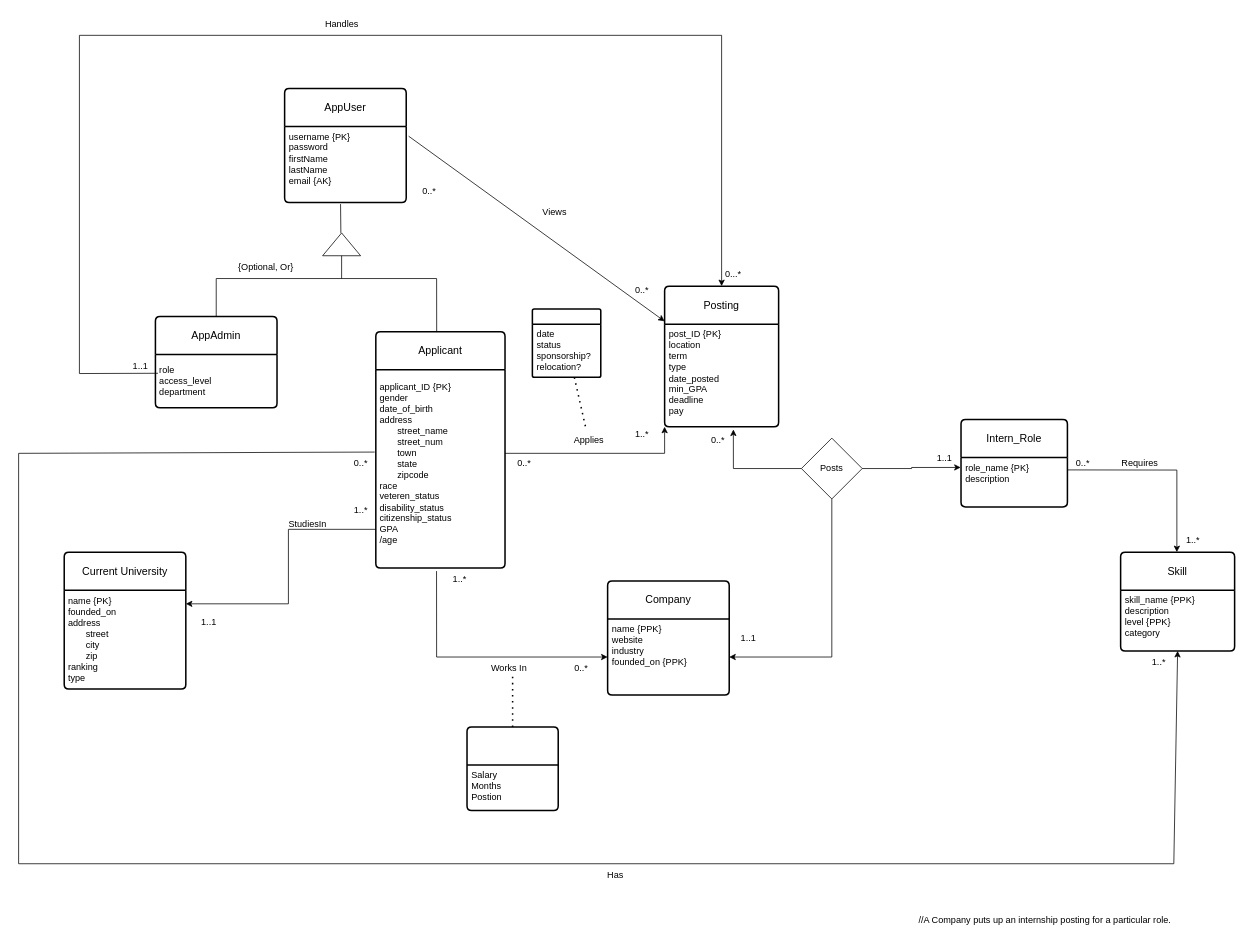
This is sql_files/Project_old.drawio from Saran-Jagadeesan-Uma/internSearch, a draw.io file, before an edit. Source tidied: cells renumbered, new cells numbered last; positions are measured from the earlier drawing's top-left corner, leaving out a move shared by most shapes. Both pictures are drawn from the tidied source at 76%, with x=0, y=0 at pixel (18, 13).
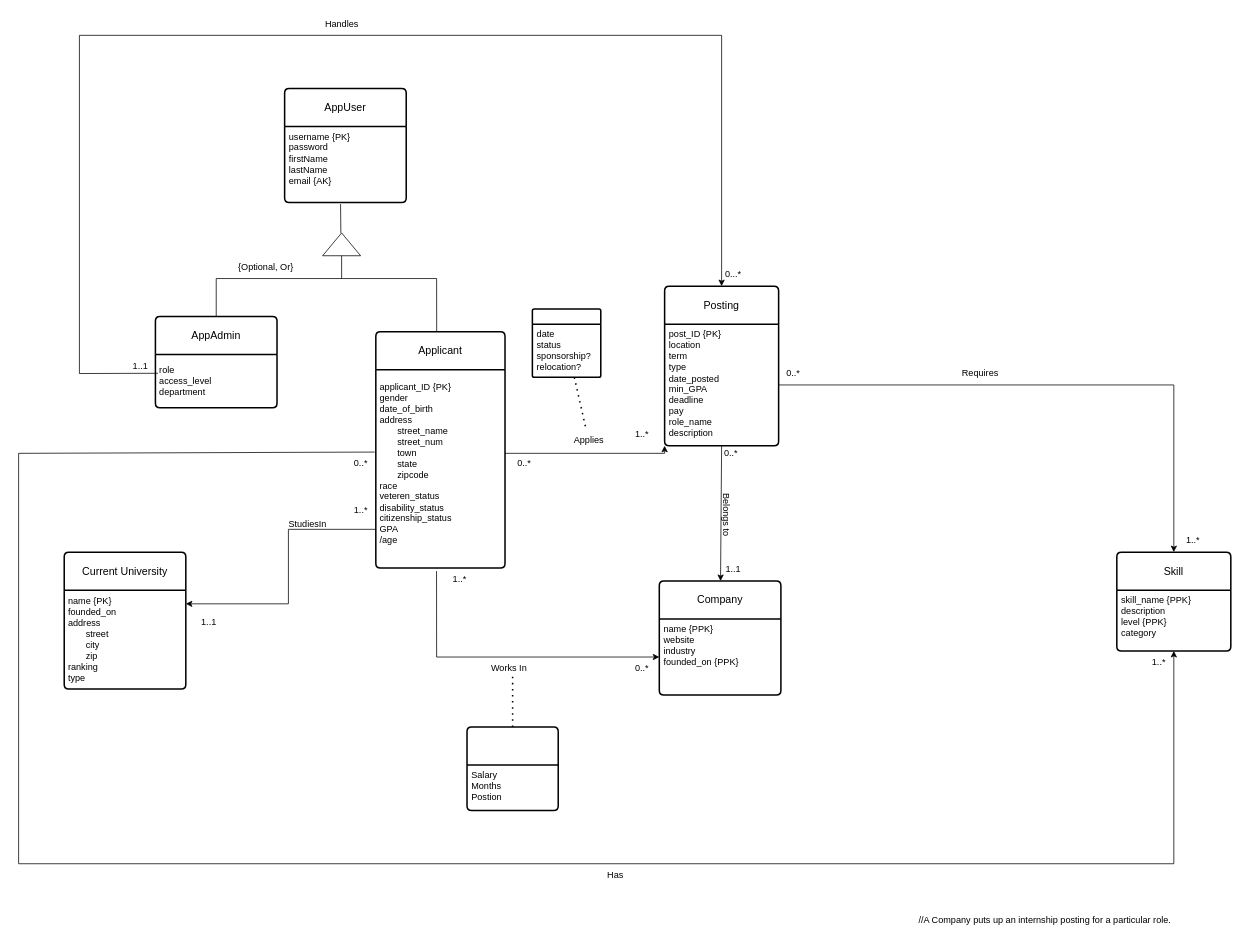
The same page after the edit.

Unchanged cells that the change refers to:
```xml
<mxCell id="2" value="AppUser" style="swimlane;horizontal=1;startSize=50;rounded=1;fontSize=14;fontStyle=0;strokeWidth=2;shadow=0;dashed=0;align=center;arcSize=4;whiteSpace=wrap;html=1;" parent="1" vertex="1">
  <mxGeometry x="350" y="99" width="160" height="150" as="geometry" />
</mxCell>
<mxCell id="22" value="name {PPK}&lt;div&gt;website&amp;nbsp;&lt;/div&gt;&lt;div&gt;industry&lt;/div&gt;&lt;div&gt;founded_on {PPK}&lt;/div&gt;" style="align=left;strokeColor=none;fillColor=none;spacingLeft=4;fontSize=12;verticalAlign=top;html=1;" parent="21" vertex="1">
  <mxGeometry y="50" width="160" height="100" as="geometry" />
</mxCell>
```

What changed in the source:
```diff
@@
     <mxCell id="15" value="Posting" style="swimlane;horizontal=1;startSize=50;rounded=1;fontSize=14;fontStyle=0;strokeWidth=2;shadow=0;dashed=0;align=center;arcSize=4;whiteSpace=wrap;html=1;" parent="1" vertex="1">
-      <mxGeometry x="850" y="359" width="150" height="185" as="geometry" />
+      <mxGeometry x="850" y="359" width="150" height="210" as="geometry" />
     </mxCell>
-    <mxCell id="16" value="&lt;div&gt;post_ID {PK}&lt;/div&gt;location&lt;div&gt;term&lt;/div&gt;&lt;div&gt;type&lt;/div&gt;&lt;div&gt;date_posted&lt;/div&gt;&lt;div&gt;min_GPA&lt;/div&gt;&lt;div&gt;deadline&lt;/div&gt;&lt;div&gt;pay&lt;/div&gt;" style="align=left;strokeColor=none;fillColor=none;spacingLeft=4;fontSize=12;verticalAlign=top;html=1;" parent="15" vertex="1">
-      <mxGeometry y="50" width="150" height="135" as="geometry" />
+    <mxCell id="16" value="&lt;div&gt;post_ID {PK}&lt;/div&gt;location&lt;div&gt;term&lt;/div&gt;&lt;div&gt;type&lt;/div&gt;&lt;div&gt;date_posted&lt;/div&gt;&lt;div&gt;min_GPA&lt;/div&gt;&lt;div&gt;deadline&lt;/div&gt;&lt;div&gt;pay&lt;/div&gt;&lt;div&gt;role_name&lt;/div&gt;&lt;div&gt;description&lt;/div&gt;" style="align=left;strokeColor=none;fillColor=none;spacingLeft=4;fontSize=12;verticalAlign=top;html=1;" parent="15" vertex="1">
+      <mxGeometry y="50" width="150" height="160" as="geometry" />
     </mxCell>
-    <mxCell id="17" value="Views" style="text;html=1;align=center;verticalAlign=middle;strokeColor=none;fillColor=none;" parent="1" vertex="1">
-      <mxGeometry x="675" y="247" width="60" height="30" as="geometry" />
-    </mxCell>
-    <mxCell id="18" style="endArrow=classic;html=1;rounded=0;entryX=0;entryY=0.25;entryDx=0;entryDy=0;exitX=1.02;exitY=0.418;exitDx=0;exitDy=0;exitPerimeter=0;" parent="1" edge="1" source="2" target="15">
-      <mxGeometry relative="1" as="geometry" />
-    </mxCell>
-    <mxCell id="19" value="0..*" style="text;html=1;align=center;verticalAlign=middle;strokeColor=none;fillColor=none;" parent="1" vertex="1">
-      <mxGeometry x="520" y="219" width="40" height="30" as="geometry" />
-    </mxCell>
-    <mxCell id="20" value="0..*" style="text;html=1;align=center;verticalAlign=middle;strokeColor=none;fillColor=none;" parent="1" vertex="1">
-      <mxGeometry x="800" y="349" width="40" height="30" as="geometry" />
-    </mxCell>
     <mxCell id="21" value="Company" style="swimlane;horizontal=1;startSize=50;rounded=1;fontSize=14;fontStyle=0;strokeWidth=2;shadow=0;dashed=0;align=center;arcSize=4;whiteSpace=wrap;html=1;" parent="1" vertex="1">
-      <mxGeometry x="775" y="747" width="160" height="150" as="geometry" />
+      <mxGeometry x="843" y="747" width="160" height="150" as="geometry" />
     </mxCell>
@@
-    <mxCell id="23" value="Intern_Role" style="swimlane;horizontal=1;startSize=50;rounded=1;fontSize=14;fontStyle=0;strokeWidth=2;shadow=0;dashed=0;align=center;arcSize=4;whiteSpace=wrap;html=1;" parent="1" vertex="1">
-      <mxGeometry x="1240" y="534.5" width="140" height="115" as="geometry" />
-    </mxCell>
-    <mxCell id="24" value="role_name {PK}&lt;div&gt;description&lt;/div&gt;" style="align=left;strokeColor=none;fillColor=none;spacingLeft=4;fontSize=12;verticalAlign=top;html=1;" parent="23" vertex="1">
-      <mxGeometry y="50" width="140" height="65" as="geometry" />
-    </mxCell>
@@
-    <mxCell id="30" style="edgeStyle=orthogonalEdgeStyle;rounded=0;jettySize=auto;html=1;entryX=1;entryY=0.5;entryDx=0;entryDy=0;" parent="1" edge="1" source="31" target="22">
-      <mxGeometry relative="1" as="geometry">
-        <Array as="points">
-          <mxPoint x="1070" y="847" />
-        </Array>
-      </mxGeometry>
-    </mxCell>
-    <mxCell id="31" value="Posts" style="rhombus;whiteSpace=wrap;html=1;" parent="1" vertex="1">
-      <mxGeometry x="1030" y="559" width="80" height="80" as="geometry" />
-    </mxCell>
     <mxCell id="32" value="Skill" style="swimlane;horizontal=1;startSize=50;rounded=1;fontSize=14;fontStyle=0;strokeWidth=2;shadow=0;dashed=0;align=center;arcSize=4;whiteSpace=wrap;html=1;" parent="1" vertex="1">
-      <mxGeometry x="1450" y="709" width="150" height="130" as="geometry" />
+      <mxGeometry x="1445" y="709" width="150" height="130" as="geometry" />
     </mxCell>
@@
-    <mxCell id="34" style="edgeStyle=orthogonalEdgeStyle;rounded=0;jettySize=auto;html=1;exitX=0;exitY=0.5;exitDx=0;exitDy=0;entryX=0.603;entryY=1.027;entryDx=0;entryDy=0;entryPerimeter=0;" parent="1" edge="1" source="31" target="16">
-      <mxGeometry relative="1" as="geometry" />
-    </mxCell>
-    <mxCell id="35" style="edgeStyle=orthogonalEdgeStyle;rounded=0;jettySize=auto;html=1;entryX=-0.003;entryY=0.201;entryDx=0;entryDy=0;entryPerimeter=0;" parent="1" edge="1" source="31" target="24">
-      <mxGeometry relative="1" as="geometry" />
-    </mxCell>
-    <mxCell id="36" value="1..1" style="text;html=1;align=center;verticalAlign=middle;strokeColor=none;fillColor=none;" parent="1" vertex="1">
-      <mxGeometry x="1198" y="570" width="40" height="30" as="geometry" />
-    </mxCell>
     <mxCell id="37" value="1..1" style="text;html=1;align=center;verticalAlign=middle;strokeColor=none;fillColor=none;" parent="1" vertex="1">
-      <mxGeometry x="940" y="807" width="40" height="30" as="geometry" />
+      <mxGeometry x="920" y="717" width="40" height="30" as="geometry" />
     </mxCell>
-    <mxCell id="38" value="0..*" style="text;html=1;align=center;verticalAlign=middle;strokeColor=none;fillColor=none;" parent="1" vertex="1">
-      <mxGeometry x="900" y="547" width="40" height="30" as="geometry" />
-    </mxCell>
     <mxCell id="39" value="Requires" style="text;html=1;align=center;verticalAlign=middle;strokeColor=none;fillColor=none;" parent="1" vertex="1">
-      <mxGeometry x="1440" y="577" width="70" height="30" as="geometry" />
+      <mxGeometry x="1230" y="459" width="70" height="30" as="geometry" />
     </mxCell>
     <mxCell id="40" value="0..*" style="text;html=1;align=center;verticalAlign=middle;strokeColor=none;fillColor=none;" parent="1" vertex="1">
-      <mxGeometry x="1380" y="577" width="40" height="30" as="geometry" />
+      <mxGeometry x="999" y="459" width="40" height="30" as="geometry" />
     </mxCell>
@@
     <mxCell id="42" value="0..*" style="text;html=1;align=center;verticalAlign=middle;strokeColor=none;fillColor=none;" parent="1" vertex="1">
-      <mxGeometry x="720" y="847" width="40" height="30" as="geometry" />
+      <mxGeometry x="800" y="847" width="40" height="30" as="geometry" />
     </mxCell>
@@
-    <mxCell id="63" style="endArrow=classic;html=1;rounded=0;exitX=1;exitY=0.25;exitDx=0;exitDy=0;entryX=0.5;entryY=0;entryDx=0;entryDy=0;" parent="1" edge="1">
+    <mxCell id="63" style="endArrow=classic;html=1;rounded=0;exitX=1;exitY=0.5;exitDx=0;exitDy=0;entryX=0.5;entryY=0;entryDx=0;entryDy=0;" parent="1" edge="1" source="16" target="32">
       <mxGeometry relative="1" as="geometry">
-        <mxPoint x="1380" y="600.8" as="sourcePoint" />
-        <mxPoint x="1524" y="709" as="targetPoint" />
         <Array as="points">
-          <mxPoint x="1524" y="601" />
+          <mxPoint x="1520" y="489" />
         </Array>
       </mxGeometry>
     </mxCell>
@@
+    <mxCell id="67" style="endArrow=classic;html=1;rounded=0;exitX=0.5;exitY=1;exitDx=0;exitDy=0;" parent="1" edge="1" source="16" target="21">
+      <mxGeometry relative="1" as="geometry" />
+    </mxCell>
+    <mxCell id="68" value="Belongs to" style="text;html=1;align=center;verticalAlign=middle;strokeColor=none;fillColor=none;rotation=90;" parent="1" vertex="1">
+      <mxGeometry x="892" y="644.5" width="80" height="30" as="geometry" />
+    </mxCell>
+    <mxCell id="69" value="0..*" style="text;html=1;align=center;verticalAlign=middle;strokeColor=none;fillColor=none;" parent="1" vertex="1">
+      <mxGeometry x="917" y="564" width="40" height="30" as="geometry" />
+    </mxCell>
```
